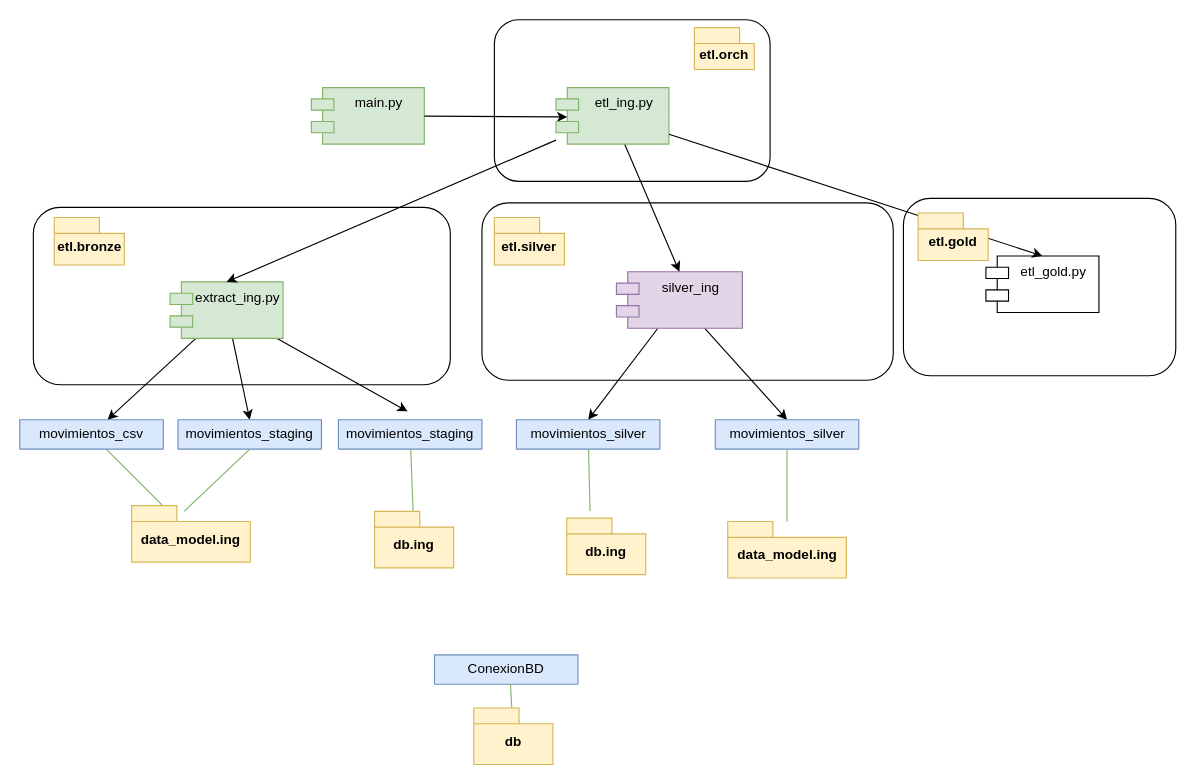
Before: page "Classes diagram" (6 of 7) of diagrams/diagrams.dio in cperezh/DataEng_Patterns, a draw.io diagram. Source tidied: cells renumbered, new cells numbered last; positions are measured from the earlier drawing's top-left corner, leaving out a move shared by most shapes. Both pictures are drawn from the tidied source at 113%, with x=0, y=0 at pixel (19, 19).
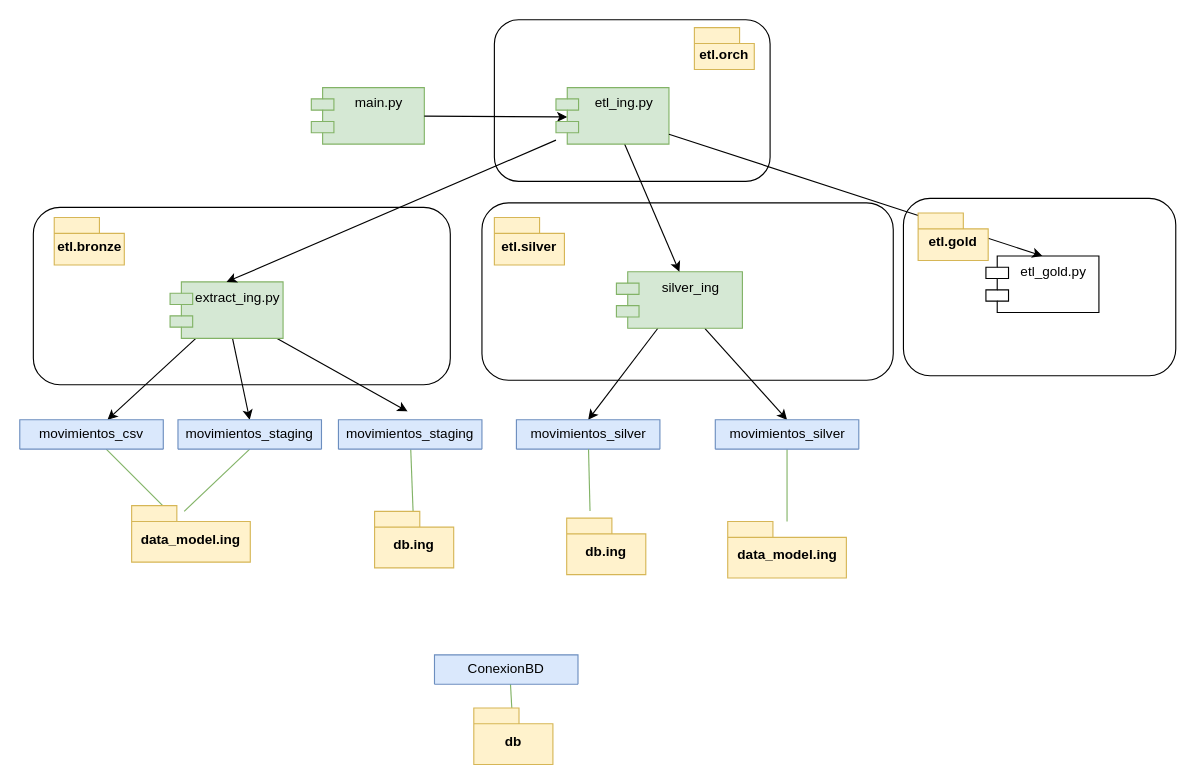
The same diagram, later.

The edit, as a diff of the source:
```diff
@@
-    <mxCell id="15" value="silver_ing" style="shape=module;align=left;spacingLeft=20;align=center;verticalAlign=top;whiteSpace=wrap;html=1;fillColor=#e1d5e7;strokeColor=#9673a6;" parent="1" vertex="1">
+    <mxCell id="15" value="silver_ing" style="shape=module;align=left;spacingLeft=20;align=center;verticalAlign=top;whiteSpace=wrap;html=1;fillColor=#d5e8d4;strokeColor=#82b366;" parent="1" vertex="1">
       <mxGeometry x="528" y="223" width="111.5" height="50" as="geometry" />
     </mxCell>
```
